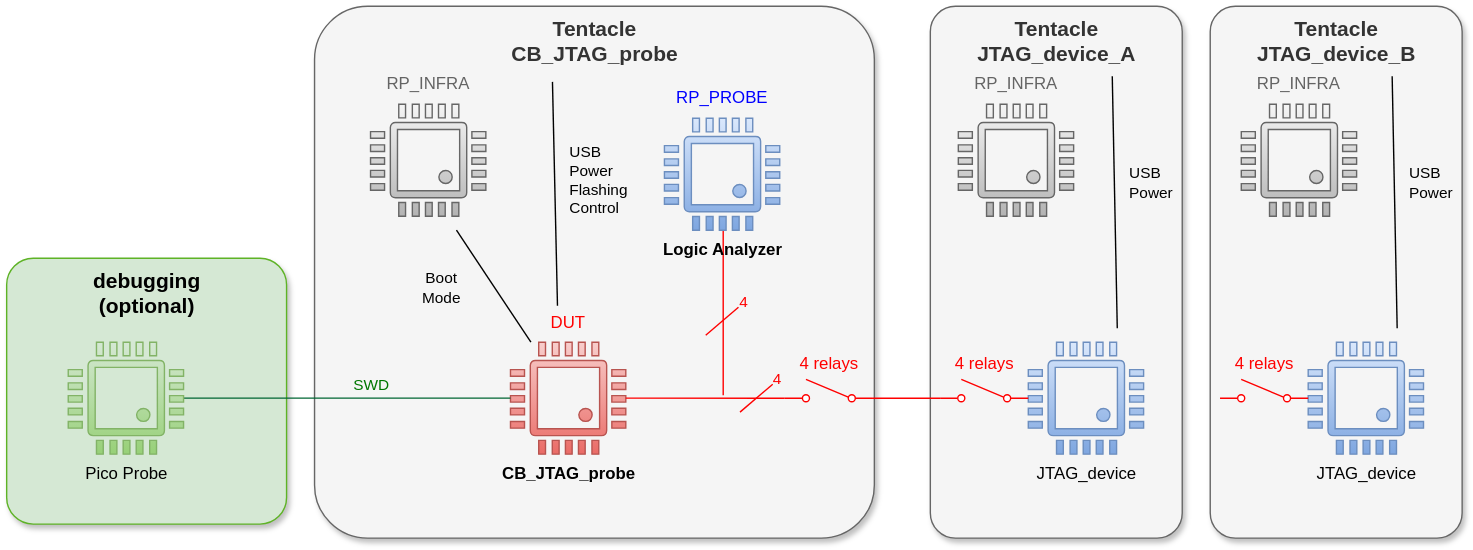
Before: docs/design/diagram_tentacle_probe.drawio.svg, a diagram exported from draw.io (octoprobe/testbed_cb_jtag_probe). Source tidied: cells renumbered, new cells last; positions are measured from the earlier drawing's top-left corner, leaving out a move shared by most shapes.
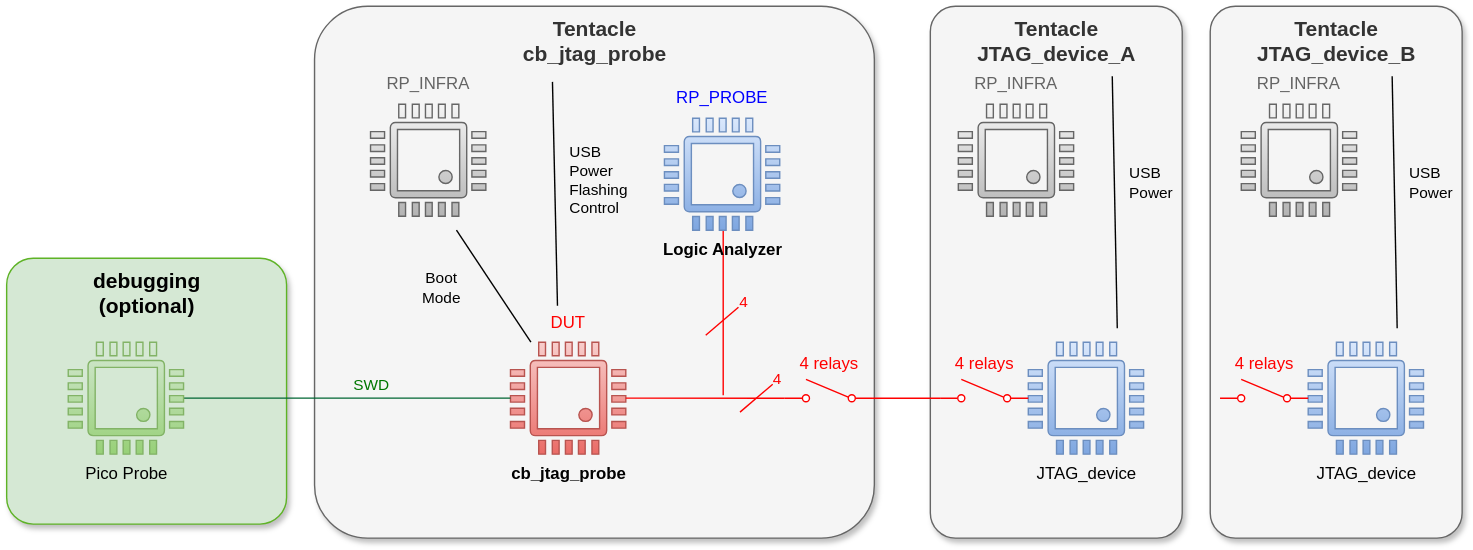
The same diagram one commit later.

The edit, as a diff of the source:
```diff
@@ -5,10 +5,10 @@
     <mxCell id="2" value="&lt;b&gt;debugging&lt;/b&gt;&lt;div&gt;&lt;b&gt;(optional)&lt;/b&gt;&lt;b&gt;&lt;/b&gt;&lt;/div&gt;" style="rounded=1;whiteSpace=wrap;html=1;shadow=1;align=center;horizontal=1;arcSize=10;verticalAlign=top;fontSize=15;fillColor=#d5e8d4;strokeColor=#5EB326;gradientColor=none;" parent="1" vertex="1">
       <mxGeometry y="180" width="200" height="190" as="geometry" />
     </mxCell>
-    <mxCell id="3" value="&lt;b&gt;Tentacle&lt;/b&gt;&lt;div&gt;&lt;b&gt;CB_JTAG_probe&lt;/b&gt;&lt;/div&gt;" style="rounded=1;whiteSpace=wrap;html=1;shadow=1;align=center;horizontal=1;arcSize=10;verticalAlign=top;fontSize=15;fillColor=#f5f5f5;fontColor=#333333;strokeColor=#666666;" parent="1" vertex="1">
+    <mxCell id="3" value="&lt;b&gt;Tentacle&lt;/b&gt;&lt;div&gt;&lt;b&gt;cb_jtag_probe&lt;/b&gt;&lt;/div&gt;" style="rounded=1;whiteSpace=wrap;html=1;shadow=1;align=center;horizontal=1;arcSize=10;verticalAlign=top;fontSize=15;fillColor=#f5f5f5;fontColor=#333333;strokeColor=#666666;" parent="1" vertex="1">
       <mxGeometry x="220" width="400" height="380" as="geometry" />
     </mxCell>
-    <mxCell id="4" value="&lt;div&gt;CB_JTAG_probe&lt;/div&gt;" style="shadow=0;dashed=0;html=1;strokeColor=#b85450;fillColor=#f8cecc;labelPosition=center;verticalLabelPosition=bottom;verticalAlign=top;align=center;outlineConnect=0;shape=mxgraph.veeam.cpu;gradientColor=#ea6b66;fontStyle=1;" parent="1" vertex="1">
+    <mxCell id="4" value="&lt;div&gt;cb_jtag_probe&lt;/div&gt;" style="shadow=0;dashed=0;html=1;strokeColor=#b85450;fillColor=#f8cecc;labelPosition=center;verticalLabelPosition=bottom;verticalAlign=top;align=center;outlineConnect=0;shape=mxgraph.veeam.cpu;gradientColor=#ea6b66;fontStyle=1;" parent="1" vertex="1">
       <mxGeometry x="360" y="240" width="82.4" height="80" as="geometry" />
     </mxCell>
     <mxCell id="5" value="&lt;div style=&quot;text-align: left;&quot;&gt;&lt;span style=&quot;background-color: transparent; color: light-dark(rgb(0, 119, 0), rgb(91, 193, 91));&quot;&gt;SWD&lt;/span&gt;&lt;/div&gt;" style="endArrow=none;html=1;strokeColor=#006633;endFill=0;fontColor=#007700;labelBackgroundColor=none;" parent="1" edge="1" source="4" target="18">
```
